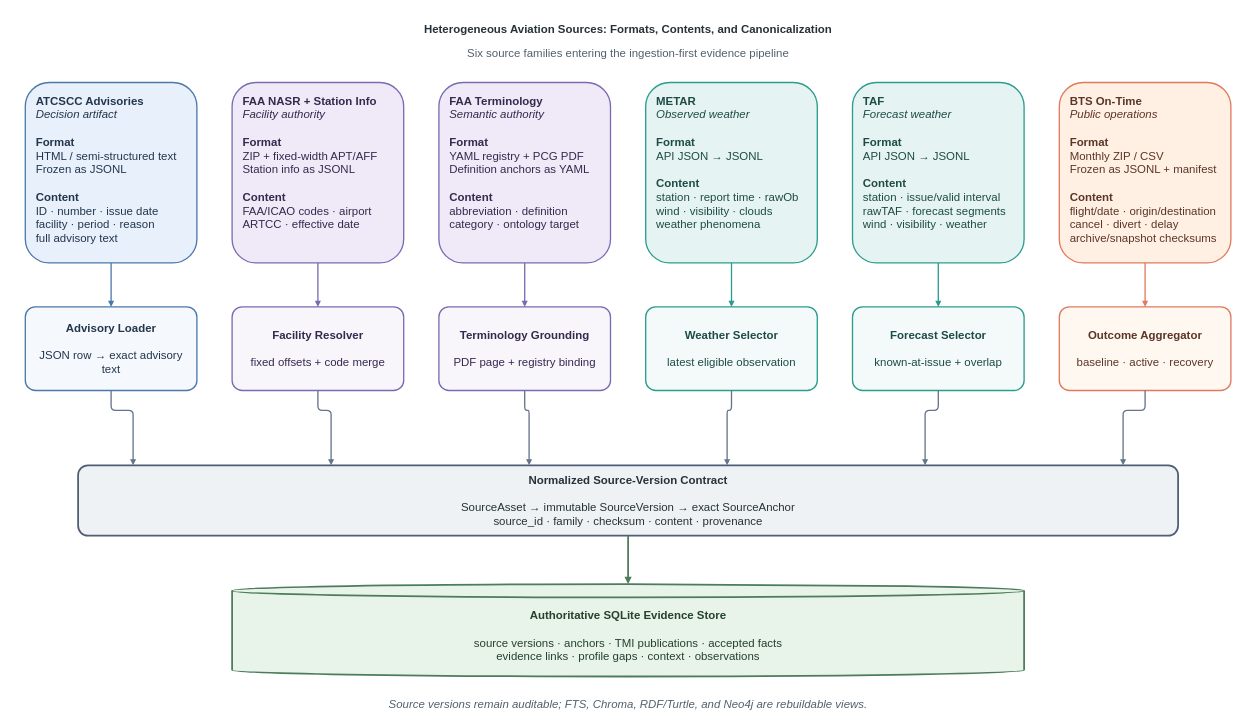
Above: docs/figures/heterogeneous_source_formats.drawio in exordor/aviation_agentic_ai (draw.io), before the change. Source tidied: cells renumbered, new cells numbered last; positions are measured from the earlier drawing's top-left corner, leaving out a move shared by most shapes. Both pictures are drawn from the tidied source at 44%, with x=0, y=0 at pixel (7, 7).
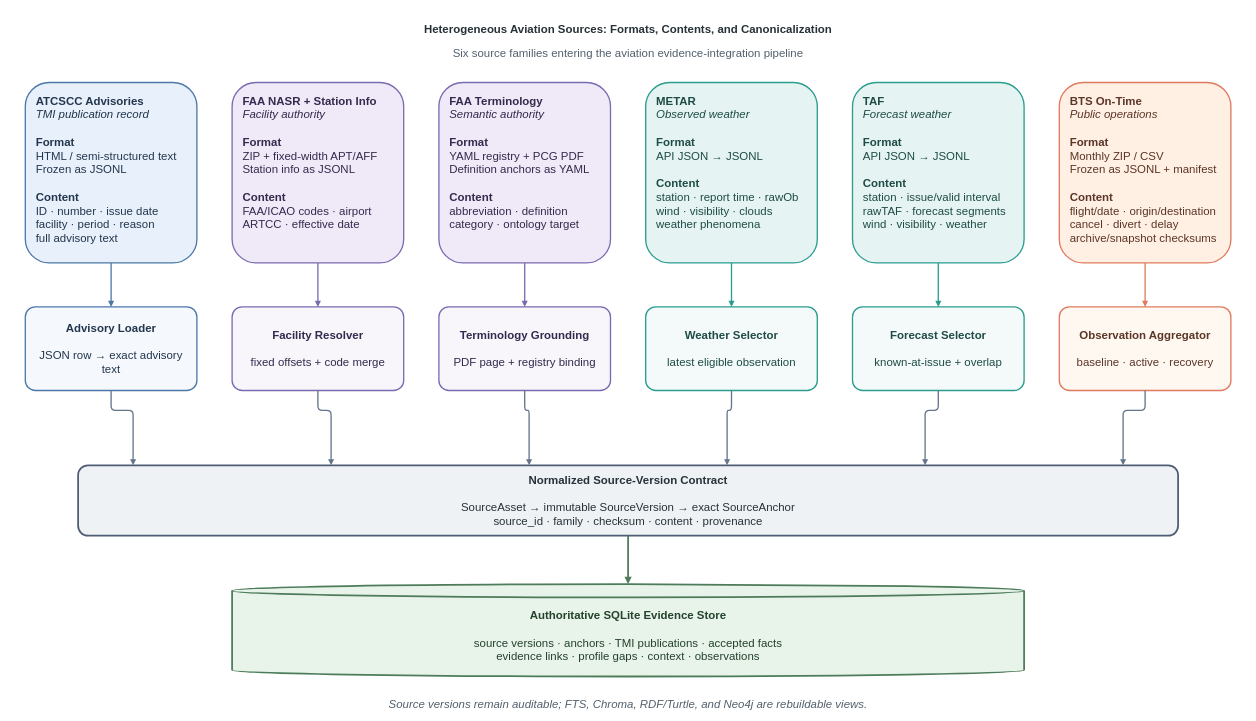
The same page after the edit.

Diff of the diagram source:
```diff
@@
-    <mxCell id="5" value="Six source families entering the ingestion-first evidence pipeline" style="text;strokeColor=none;fillColor=none;align=center;verticalAlign=middle;whiteSpace=wrap;html=1;fontColor=#52606D;fontSize=26;align=center;verticalAlign=middle;whiteSpace=wrap;html=1;" parent="2" vertex="1">
+    <mxCell id="5" value="Six source families entering the aviation evidence-integration pipeline" style="text;strokeColor=none;fillColor=none;align=center;verticalAlign=middle;whiteSpace=wrap;html=1;fontColor=#52606D;fontSize=26;align=center;verticalAlign=middle;whiteSpace=wrap;html=1;" parent="2" vertex="1">
       <mxGeometry x="50" y="80" width="2720" height="45" as="geometry" />
     </mxCell>
-    <mxCell id="6" value="&lt;b&gt;ATCSCC Advisories&lt;/b&gt;&lt;br&gt;&lt;i&gt;Decision artifact&lt;/i&gt;&lt;br&gt;&lt;br&gt;&lt;b&gt;Format&lt;/b&gt;&lt;br&gt;HTML / semi-structured text&lt;br&gt;Frozen as JSONL&lt;br&gt;&lt;br&gt;&lt;b&gt;Content&lt;/b&gt;&lt;br&gt;ID · number · issue date&lt;br&gt;facility · period · reason&lt;br&gt;full advisory text" style="rounded=1;whiteSpace=wrap;html=1;fillColor=#E8F0FB;strokeColor=#4C78A8;fontColor=#23364D;fontSize=26;strokeWidth=3;rounded=1;arcSize=14;align=left;verticalAlign=top;spacingTop=20;spacingLeft=22;spacingRight=18;whiteSpace=wrap;html=1;" parent="2" vertex="1">
+    <mxCell id="6" value="&lt;b&gt;ATCSCC Advisories&lt;/b&gt;&lt;br&gt;&lt;i&gt;TMI publication record&lt;/i&gt;&lt;br&gt;&lt;br&gt;&lt;b&gt;Format&lt;/b&gt;&lt;br&gt;HTML / semi-structured text&lt;br&gt;Frozen as JSONL&lt;br&gt;&lt;br&gt;&lt;b&gt;Content&lt;/b&gt;&lt;br&gt;ID · number · issue date&lt;br&gt;facility · period · reason&lt;br&gt;full advisory text" style="rounded=1;whiteSpace=wrap;html=1;fillColor=#E8F0FB;strokeColor=#4C78A8;fontColor=#23364D;fontSize=26;strokeWidth=3;rounded=1;arcSize=14;align=left;verticalAlign=top;spacingTop=20;spacingLeft=22;spacingRight=18;whiteSpace=wrap;html=1;" parent="2" vertex="1">
       <mxGeometry x="40" y="170" width="390" height="410" as="geometry" />
     </mxCell>
@@
-    <mxCell id="17" value="&lt;b&gt;Outcome Aggregator&lt;/b&gt;&lt;br&gt;&lt;br&gt;baseline · active · recovery" style="rounded=1;whiteSpace=wrap;html=1;fillColor=#FFF8F1;strokeColor=#E07A5F;fontColor=#5B3527;fontSize=26;strokeWidth=3;rounded=1;arcSize=12;align=center;verticalAlign=middle;spacing=16;whiteSpace=wrap;html=1;" parent="2" vertex="1">
+    <mxCell id="17" value="&lt;b&gt;Observation Aggregator&lt;/b&gt;&lt;br&gt;&lt;br&gt;baseline · active · recovery" style="rounded=1;whiteSpace=wrap;html=1;fillColor=#FFF8F1;strokeColor=#E07A5F;fontColor=#5B3527;fontSize=26;strokeWidth=3;rounded=1;arcSize=12;align=center;verticalAlign=middle;spacing=16;whiteSpace=wrap;html=1;" parent="2" vertex="1">
       <mxGeometry x="2390" y="680" width="390" height="190" as="geometry" />
     </mxCell>
```
